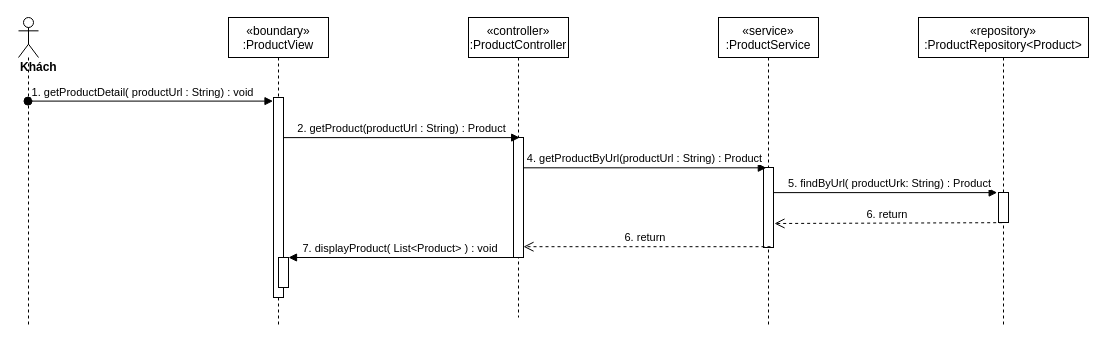
The draw.io diagram sequence diagram/productDetail-sequence.drawio in nguyenphamvan/datn_20202, before the edit. Source tidied: cells renumbered, new cells numbered last; positions are measured from the earlier drawing's top-left corner, leaving out a move shared by most shapes. Both pictures are drawn from the tidied source at 100%, with x=0, y=0 at pixel (18, 17).
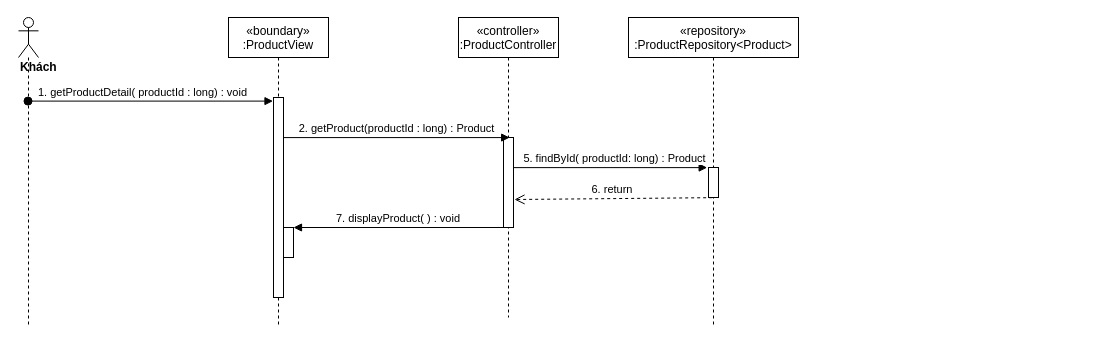
Above is the later version.

The edit, as a diff of the source:
```diff
@@
 <mxGraphModel>
   <root>
     <mxCell id="0" />
     <mxCell id="1" parent="0" />
     <mxCell id="2" value="«boundary»&#10;:ProductView" style="shape=umlLifeline;perimeter=lifelinePerimeter;rounded=0;shadow=0;strokeWidth=1;" parent="1" vertex="1">
       <mxGeometry x="210" width="100" height="310" as="geometry" />
     </mxCell>
     <mxCell id="3" style="points=[];perimeter=orthogonalPerimeter;rounded=0;shadow=0;strokeWidth=1;" parent="2" vertex="1">
       <mxGeometry x="45" y="80" width="10" height="200" as="geometry" />
     </mxCell>
     <mxCell id="4" style="html=1;points=[];perimeter=orthogonalPerimeter;" parent="2" vertex="1">
-      <mxGeometry x="50" y="240" width="10" height="30" as="geometry" />
+      <mxGeometry x="55" y="210" width="10" height="30" as="geometry" />
     </mxCell>
     <mxCell id="5" value="«controller»&#10;:ProductController" style="shape=umlLifeline;perimeter=lifelinePerimeter;rounded=0;shadow=0;strokeWidth=1;" parent="1" vertex="1">
-      <mxGeometry x="450" width="100" height="300" as="geometry" />
+      <mxGeometry x="440" width="100" height="300" as="geometry" />
     </mxCell>
     <mxCell id="6" style="points=[];perimeter=orthogonalPerimeter;rounded=0;shadow=0;strokeWidth=1;" parent="5" vertex="1">
-      <mxGeometry x="45" y="120" width="10" height="120" as="geometry" />
+      <mxGeometry x="45" y="120" width="10" height="90" as="geometry" />
     </mxCell>
     <mxCell id="7" value="&lt;div&gt;&lt;b&gt;Khách&lt;/b&gt;&lt;/div&gt;" style="shape=umlLifeline;participant=umlActor;perimeter=lifelinePerimeter;whiteSpace=wrap;html=1;verticalAlign=top;spacingTop=36;outlineConnect=0;align=left;" parent="1" vertex="1">
       <mxGeometry width="20" height="310" as="geometry" />
     </mxCell>
-    <mxCell id="8" value="1. getProductDetail( productUrl : String) : void" style="verticalAlign=bottom;startArrow=oval;endArrow=block;startSize=8;shadow=0;strokeWidth=1;entryX=-0.05;entryY=0.018;entryDx=0;entryDy=0;entryPerimeter=0;" parent="1" edge="1" source="7" target="3">
+    <mxCell id="8" value="1. getProductDetail( productId : long) : void" style="verticalAlign=bottom;startArrow=oval;endArrow=block;startSize=8;shadow=0;strokeWidth=1;entryX=-0.05;entryY=0.018;entryDx=0;entryDy=0;entryPerimeter=0;" parent="1" edge="1" source="7" target="3">
       <mxGeometry x="-0.06" relative="1" as="geometry" />
     </mxCell>
-    <mxCell id="9" value="«service»&#10;:ProductService" style="shape=umlLifeline;perimeter=lifelinePerimeter;rounded=0;shadow=0;strokeWidth=1;" parent="1" vertex="1">
-      <mxGeometry x="700" width="100" height="310" as="geometry" />
-    </mxCell>
-    <mxCell id="10" style="points=[];perimeter=orthogonalPerimeter;rounded=0;shadow=0;strokeWidth=1;" parent="9" vertex="1">
-      <mxGeometry x="45" y="150" width="10" height="80" as="geometry" />
-    </mxCell>
-    <mxCell id="11" value="2. getProduct(productUrl : String) : Product" style="html=1;verticalAlign=bottom;endArrow=block;entryX=0.617;entryY=0.001;entryDx=0;entryDy=0;entryPerimeter=0;" parent="1" edge="1" source="3" target="6">
+    <mxCell id="11" value="2. getProduct(productId : long) : Product" style="html=1;verticalAlign=bottom;endArrow=block;entryX=0.617;entryY=0.001;entryDx=0;entryDy=0;entryPerimeter=0;" parent="1" edge="1" source="3" target="6">
       <mxGeometry relative="1" as="geometry" />
     </mxCell>
-    <mxCell id="12" value="4. getProductByUrl(productUrl : String) : Product" style="html=1;verticalAlign=bottom;endArrow=block;entryX=0.283;entryY=0.004;entryDx=0;entryDy=0;entryPerimeter=0;" parent="1" edge="1" source="6" target="10">
-      <mxGeometry relative="1" as="geometry" />
-    </mxCell>
     <mxCell id="13" value="«repository»&#10;:ProductRepository&lt;Product&gt;" style="shape=umlLifeline;perimeter=lifelinePerimeter;rounded=0;shadow=0;strokeWidth=1;" parent="1" vertex="1">
-      <mxGeometry x="900" width="170" height="310" as="geometry" />
+      <mxGeometry x="610" width="170" height="310" as="geometry" />
     </mxCell>
     <mxCell id="14" style="points=[];perimeter=orthogonalPerimeter;rounded=0;shadow=0;strokeWidth=1;" parent="13" vertex="1">
-      <mxGeometry x="80" y="175" width="10" height="30" as="geometry" />
+      <mxGeometry x="80" y="150" width="10" height="30" as="geometry" />
     </mxCell>
-    <mxCell id="15" value="5. findByUrl( productUrk: String) : Product" style="html=1;verticalAlign=bottom;endArrow=block;entryX=-0.133;entryY=0.004;entryDx=0;entryDy=0;entryPerimeter=0;" parent="1" edge="1" source="10" target="14">
+    <mxCell id="15" value="5. findById( productId: long) : Product" style="html=1;verticalAlign=bottom;endArrow=block;entryX=-0.133;entryY=0.004;entryDx=0;entryDy=0;entryPerimeter=0;" parent="1" edge="1" source="6" target="14">
       <mxGeometry x="0.04" relative="1" as="geometry" />
     </mxCell>
-    <mxCell id="16" value="6. return&amp;nbsp;" style="html=1;verticalAlign=bottom;endArrow=open;dashed=1;endSize=8;exitX=0.367;exitY=1.006;exitDx=0;exitDy=0;exitPerimeter=0;entryX=1.1;entryY=0.7;entryDx=0;entryDy=0;entryPerimeter=0;" parent="1" edge="1" source="14" target="10">
+    <mxCell id="16" value="6. return&amp;nbsp;" style="html=1;verticalAlign=bottom;endArrow=open;dashed=1;endSize=8;exitX=0.367;exitY=1.006;exitDx=0;exitDy=0;exitPerimeter=0;entryX=1.1;entryY=0.689;entryDx=0;entryDy=0;entryPerimeter=0;" parent="1" edge="1" source="14" target="6">
       <mxGeometry relative="1" as="geometry" />
     </mxCell>
-    <mxCell id="17" value="6. return&amp;nbsp;" style="html=1;verticalAlign=bottom;endArrow=open;dashed=1;endSize=8;exitX=0.7;exitY=0.99;exitDx=0;exitDy=0;exitPerimeter=0;" parent="1" edge="1" source="10" target="6">
-      <mxGeometry relative="1" as="geometry" />
-    </mxCell>
-    <mxCell id="18" value="7. displayProduct( List&lt;Product&gt; ) : void" style="verticalAlign=bottom;endArrow=block;shadow=0;strokeWidth=1;" parent="1" edge="1" source="6" target="4">
+    <mxCell id="18" value="7. displayProduct( ) : void" style="verticalAlign=bottom;endArrow=block;shadow=0;strokeWidth=1;" parent="1" edge="1" source="6" target="4">
       <mxGeometry relative="1" as="geometry" />
     </mxCell>
   </root>
 </mxGraphModel>
```
